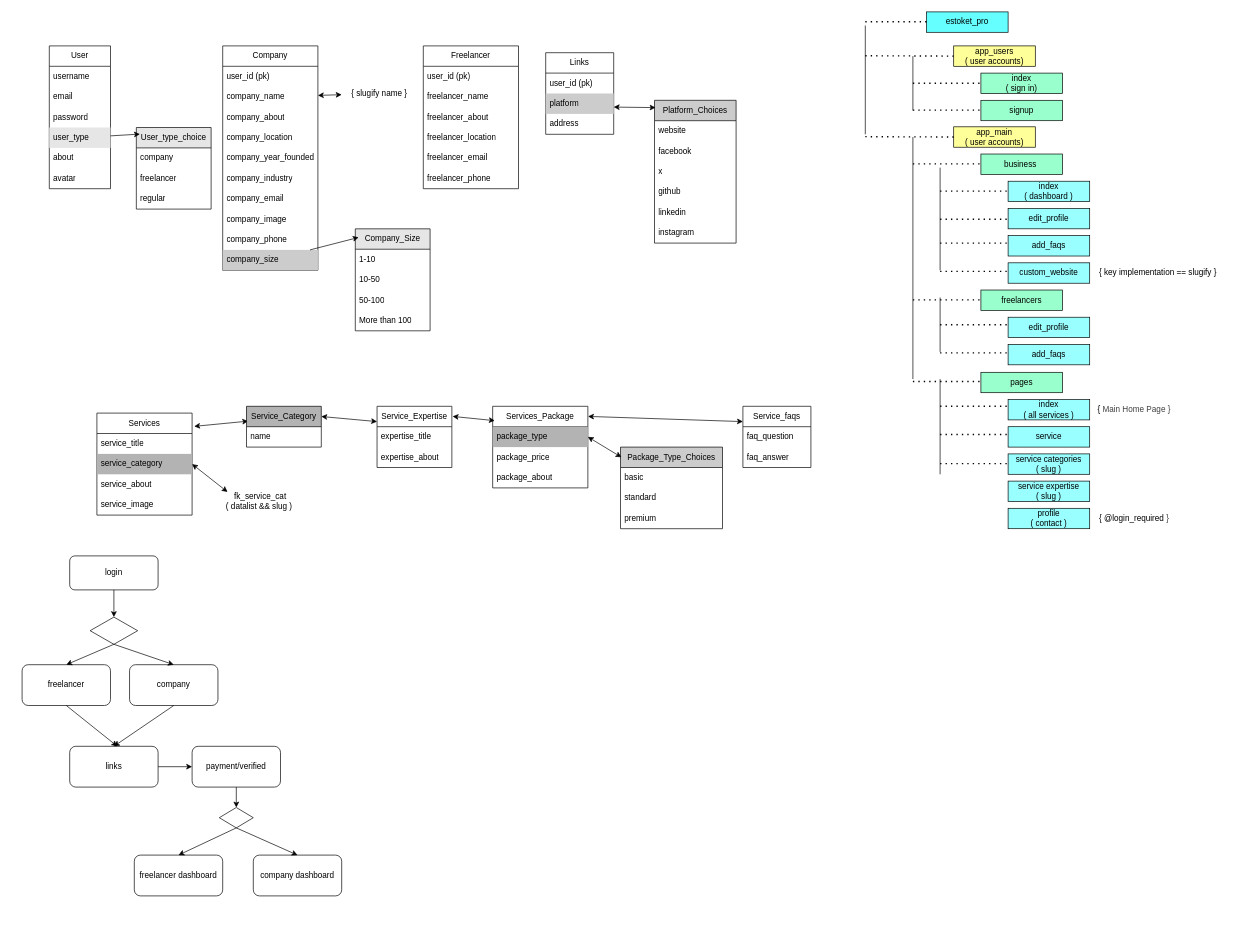
Before: z_proto.drawio in I-AGBLE/estoket_pro, a draw.io diagram. Source tidied: cells renumbered, new cells numbered last; positions are measured from the earlier drawing's top-left corner, leaving out a move shared by most shapes. Both pictures are drawn from the tidied source at 68%, with x=0, y=0 at pixel (22, 12).
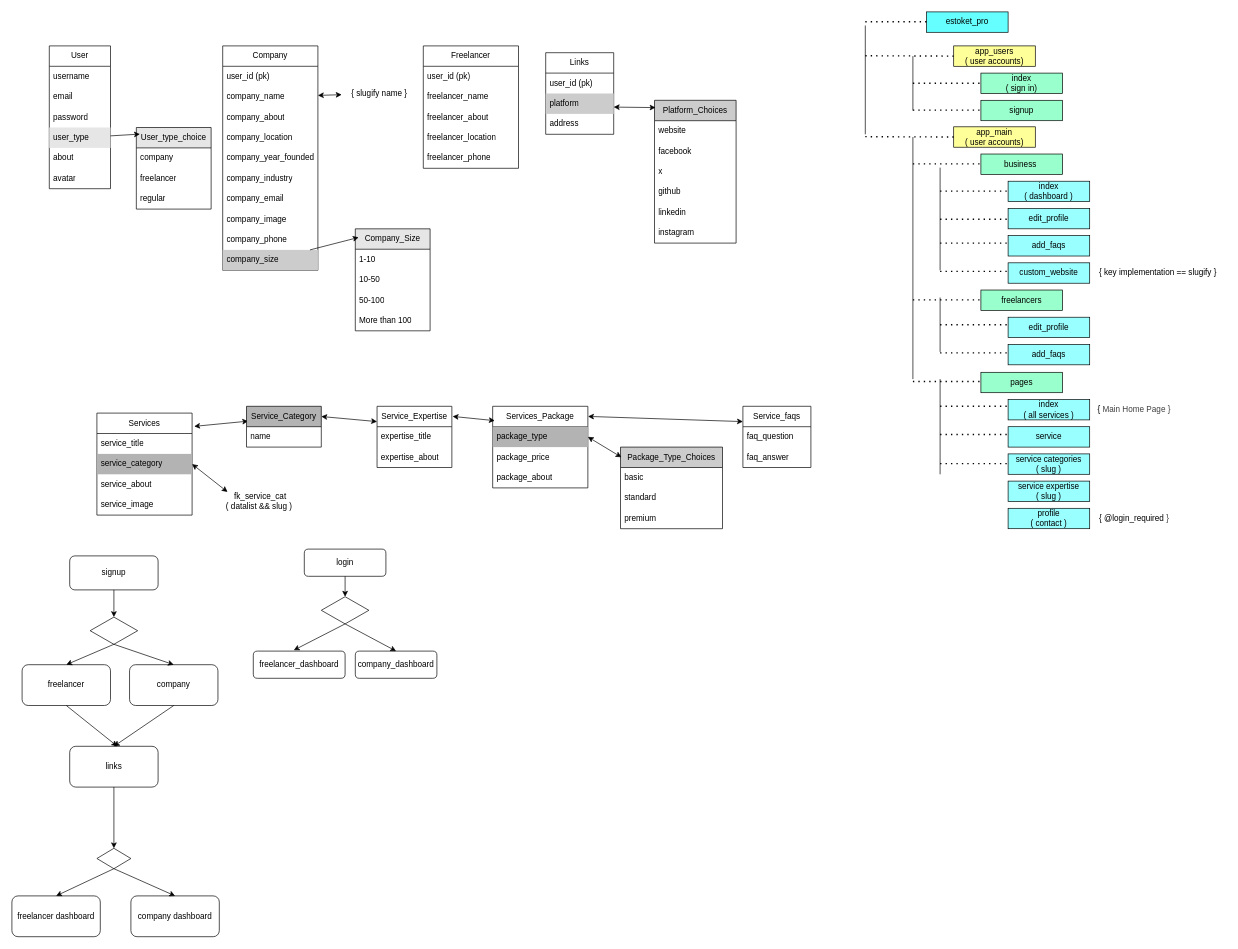
The same diagram, later.

Commit message (it also covers changes not shown here):
preps for the freelancer section

Unchanged cells that the change refers to:
```xml
<mxCell id="131" value="links" style="rounded=1;whiteSpace=wrap;html=1;" parent="1" vertex="1">
  <mxGeometry x="70" y="1080" width="130" height="60" as="geometry" />
</mxCell>
```

Diff of the diagram source:
```diff
@@
     <mxCell id="61" value="Freelancer" style="swimlane;fontStyle=0;horizontal=1;startSize=30;whiteSpace=wrap;html=1;" parent="1" vertex="1">
-      <mxGeometry x="590" y="50" width="140" height="210" as="geometry" />
+      <mxGeometry x="590" y="50" width="140" height="180" as="geometry" />
     </mxCell>
@@
-    <mxCell id="66" value="freelancer_email" style="text;strokeColor=none;fillColor=none;align=left;verticalAlign=middle;spacingLeft=4;spacingRight=4;overflow=hidden;whiteSpace=wrap;html=1;" parent="61" vertex="1">
-      <mxGeometry y="150" width="140" height="30" as="geometry" />
-    </mxCell>
     <mxCell id="67" value="freelancer_phone" style="text;strokeColor=none;fillColor=none;align=left;verticalAlign=middle;spacingLeft=4;spacingRight=4;overflow=hidden;whiteSpace=wrap;html=1;" parent="61" vertex="1">
-      <mxGeometry y="180" width="140" height="30" as="geometry" />
+      <mxGeometry y="150" width="140" height="30" as="geometry" />
     </mxCell>
@@
-    <mxCell id="128" value="login" style="rounded=1;whiteSpace=wrap;html=1;" parent="1" vertex="1">
+    <mxCell id="128" value="signup" style="rounded=1;whiteSpace=wrap;html=1;" parent="1" vertex="1">
       <mxGeometry x="70" y="800" width="130" height="50" as="geometry" />
     </mxCell>
@@
-    <mxCell id="132" value="payment/verified" style="rounded=1;whiteSpace=wrap;html=1;" parent="1" vertex="1">
-      <mxGeometry x="250" y="1080" width="130" height="60" as="geometry" />
-    </mxCell>
     <mxCell id="133" value="freelancer dashboard" style="rounded=1;whiteSpace=wrap;html=1;" parent="1" vertex="1">
-      <mxGeometry x="165" y="1240" width="130" height="60" as="geometry" />
+      <mxGeometry x="-15" y="1300" width="130" height="60" as="geometry" />
     </mxCell>
     <mxCell id="134" value="company dashboard" style="rounded=1;whiteSpace=wrap;html=1;" parent="1" vertex="1">
-      <mxGeometry x="340" y="1240" width="130" height="60" as="geometry" />
+      <mxGeometry x="160" y="1300" width="130" height="60" as="geometry" />
     </mxCell>
@@
     <mxCell id="136" style="rhombus;whiteSpace=wrap;html=1;" parent="1" vertex="1">
-      <mxGeometry x="290" y="1170" width="50" height="30" as="geometry" />
+      <mxGeometry x="110" y="1230" width="50" height="30" as="geometry" />
     </mxCell>
@@
-    <mxCell id="142" style="endArrow=classic;html=1;exitX=1;exitY=0.5;exitDx=0;exitDy=0;entryX=0;entryY=0.5;entryDx=0;entryDy=0;" parent="1" edge="1" source="131" target="132">
-      <mxGeometry relative="1" as="geometry" />
-    </mxCell>
-    <mxCell id="143" style="endArrow=classic;html=1;exitX=0.5;exitY=1;exitDx=0;exitDy=0;entryX=0.5;entryY=0;entryDx=0;entryDy=0;" parent="1" edge="1" source="132" target="136">
+    <mxCell id="143" style="endArrow=classic;html=1;exitX=0.5;exitY=1;exitDx=0;exitDy=0;entryX=0.5;entryY=0;entryDx=0;entryDy=0;" parent="1" edge="1" source="131" target="136">
       <mxGeometry relative="1" as="geometry" />
     </mxCell>
@@
+    <mxCell id="146" value="login" style="rounded=1;whiteSpace=wrap;html=1;" parent="1" vertex="1">
+      <mxGeometry x="415" y="790" width="120" height="40" as="geometry" />
+    </mxCell>
+    <mxCell id="147" style="rhombus;whiteSpace=wrap;html=1;" parent="1" vertex="1">
+      <mxGeometry x="440" y="860" width="70" height="40" as="geometry" />
+    </mxCell>
+    <mxCell id="148" value="company_dashboard" style="rounded=1;whiteSpace=wrap;html=1;" parent="1" vertex="1">
+      <mxGeometry x="490" y="940" width="120" height="40" as="geometry" />
+    </mxCell>
+    <mxCell id="149" value="freelancer_dashboard" style="rounded=1;whiteSpace=wrap;html=1;" parent="1" vertex="1">
+      <mxGeometry x="340" y="940" width="135" height="40" as="geometry" />
+    </mxCell>
+    <mxCell id="150" style="endArrow=classic;html=1;exitX=0.5;exitY=1;exitDx=0;exitDy=0;entryX=0.5;entryY=0;entryDx=0;entryDy=0;" parent="1" edge="1" source="146" target="147">
+      <mxGeometry relative="1" as="geometry" />
+    </mxCell>
+    <mxCell id="151" style="endArrow=classic;html=1;exitX=0.5;exitY=1;exitDx=0;exitDy=0;entryX=0.441;entryY=-0.033;entryDx=0;entryDy=0;entryPerimeter=0;" parent="1" edge="1" source="147" target="149">
+      <mxGeometry relative="1" as="geometry" />
+    </mxCell>
+    <mxCell id="152" style="endArrow=classic;html=1;exitX=0.5;exitY=1;exitDx=0;exitDy=0;entryX=0.5;entryY=0;entryDx=0;entryDy=0;" parent="1" edge="1" source="147" target="148">
+      <mxGeometry relative="1" as="geometry" />
+    </mxCell>
```
